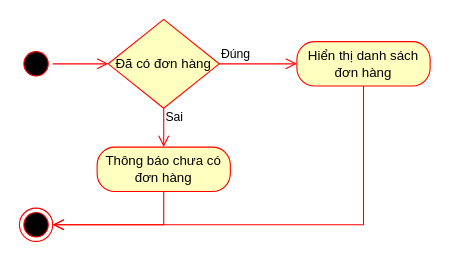
Earlier version of the draw.io diagram Mô hình/Activity/Xem lịch sử mua hàng.drawio (LammVuu/DATT). Source tidied: cells renumbered, new cells numbered last; positions are measured from the earlier drawing's top-left corner, leaving out a move shared by most shapes. Both pictures are drawn from the tidied source at 111%, with x=0, y=0 at pixel (19, 19).
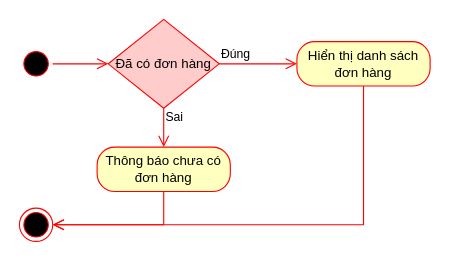
After the change.

Diff of the diagram source:
```diff
@@
 <mxGraphModel>
   <root>
     <mxCell id="0" />
     <mxCell id="1" parent="0" />
     <mxCell id="2" style="ellipse;html=1;shape=startState;fillColor=#000000;strokeColor=#ff0000;" parent="1" vertex="1">
       <mxGeometry y="25" width="30" height="30" as="geometry" />
     </mxCell>
     <mxCell id="3" style="edgeStyle=orthogonalEdgeStyle;html=1;verticalAlign=bottom;endArrow=open;endSize=8;strokeColor=#ff0000;rounded=0;entryX=0;entryY=0.5;entryDx=0;entryDy=0;" parent="1" edge="1" source="2" target="5">
       <mxGeometry relative="1" as="geometry" />
     </mxCell>
     <mxCell id="4" style="ellipse;html=1;shape=endState;fillColor=#000000;strokeColor=#ff0000;" parent="1" vertex="1">
       <mxGeometry y="170" width="30" height="30" as="geometry" />
     </mxCell>
-    <mxCell id="5" value="Đã có đơn hàng" style="rhombus;whiteSpace=wrap;html=1;fillColor=#ffffc0;strokeColor=#ff0000;" parent="1" vertex="1">
+    <mxCell id="5" value="Đã có đơn hàng" style="rhombus;whiteSpace=wrap;html=1;fillColor=#FFCCCC;strokeColor=#ff0000;" parent="1" vertex="1">
       <mxGeometry x="80" width="100" height="80" as="geometry" />
     </mxCell>
     <mxCell id="6" value="Đúng" style="edgeStyle=orthogonalEdgeStyle;html=1;align=left;verticalAlign=bottom;endArrow=open;endSize=8;strokeColor=#ff0000;rounded=0;entryX=0;entryY=0.5;entryDx=0;entryDy=0;" parent="1" edge="1" source="5" target="10">
       <mxGeometry x="-1" relative="1" as="geometry">
         <Array as="points">
           <mxPoint x="230" y="40" />
           <mxPoint x="230" y="40" />
         </Array>
       </mxGeometry>
     </mxCell>
     <mxCell id="7" value="Sai" style="edgeStyle=orthogonalEdgeStyle;html=1;align=left;verticalAlign=top;endArrow=open;endSize=8;strokeColor=#ff0000;rounded=0;entryX=0.5;entryY=0;entryDx=0;entryDy=0;" parent="1" edge="1" source="5" target="8">
       <mxGeometry x="-1" y="-5" relative="1" as="geometry">
         <mxPoint x="5" y="-5" as="offset" />
       </mxGeometry>
     </mxCell>
     <mxCell id="8" value="Thông báo chưa có đơn hàng" style="rounded=1;whiteSpace=wrap;html=1;arcSize=40;fontColor=#000000;fillColor=#ffffc0;strokeColor=#ff0000;" parent="1" vertex="1">
       <mxGeometry x="70" y="115" width="120" height="40" as="geometry" />
     </mxCell>
     <mxCell id="9" style="edgeStyle=orthogonalEdgeStyle;html=1;verticalAlign=bottom;endArrow=open;endSize=8;strokeColor=#ff0000;rounded=0;entryX=1;entryY=0.5;entryDx=0;entryDy=0;exitX=0.5;exitY=1;exitDx=0;exitDy=0;" parent="1" edge="1" source="8" target="4">
       <mxGeometry relative="1" as="geometry" />
     </mxCell>
     <mxCell id="10" value="Hiển thị danh sách đơn hàng" style="rounded=1;whiteSpace=wrap;html=1;arcSize=40;fontColor=#000000;fillColor=#ffffc0;strokeColor=#ff0000;" parent="1" vertex="1">
       <mxGeometry x="250" y="20" width="120" height="40" as="geometry" />
     </mxCell>
     <mxCell id="11" style="edgeStyle=orthogonalEdgeStyle;html=1;verticalAlign=bottom;endArrow=open;endSize=8;strokeColor=#ff0000;rounded=0;entryX=1;entryY=0.5;entryDx=0;entryDy=0;exitX=0.5;exitY=1;exitDx=0;exitDy=0;" parent="1" edge="1" source="10" target="4">
       <mxGeometry relative="1" as="geometry">
         <Array as="points">
           <mxPoint x="310" y="185" />
         </Array>
       </mxGeometry>
     </mxCell>
   </root>
 </mxGraphModel>
```
